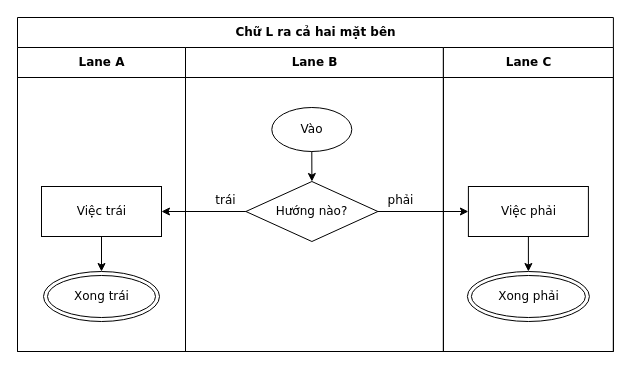
This is conformance/golden/cases/27-route-l-both-sides.drawio from luytbq/flowcast, a draw.io file, before an edit. Source tidied: cells renumbered, new cells numbered last; positions are measured from the earlier drawing's top-left corner, leaving out a move shared by most shapes. Both pictures are drawn from the tidied source at 100%, with x=0, y=0 at pixel (17, 17).
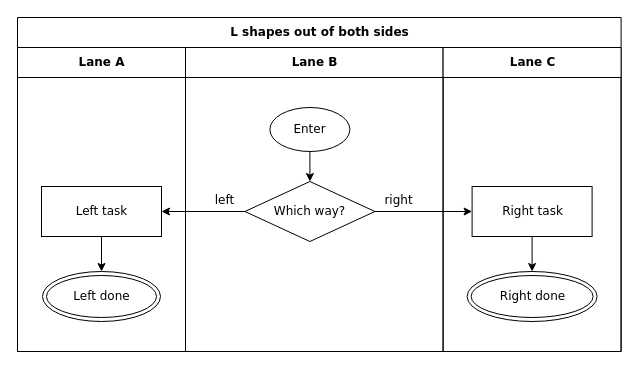
After the change.

Diff of the diagram source:
```diff
@@
 <mxGraphModel>
   <root>
     <mxCell id="0" />
     <mxCell id="1" parent="0" />
-    <mxCell id="2" value="Chữ L ra cả hai mặt bên" style="swimlane;html=1;startSize=30;fontStyle=1;fontFamily=Verdana;fontSize=12;flowtable=1;" parent="1" vertex="1">
-      <mxGeometry width="595.9" height="334" as="geometry" />
+    <mxCell id="2" value="L shapes out of both sides" style="swimlane;html=1;startSize=30;fontStyle=1;fontFamily=Verdana;fontSize=12;flowtable=1;" parent="1" vertex="1">
+      <mxGeometry width="603.6" height="334" as="geometry" />
     </mxCell>
     <mxCell id="3" value="Lane A" style="swimlane;html=1;startSize=30;fontFamily=Verdana;fontSize=12;flowtable=1;" parent="2" vertex="1">
       <mxGeometry y="30" width="168" height="304" as="geometry" />
     </mxCell>
     <mxCell id="4" value="Lane B" style="swimlane;html=1;startSize=30;fontFamily=Verdana;fontSize=12;flowtable=1;" parent="2" vertex="1">
-      <mxGeometry x="168" y="30" width="257.9" height="304" as="geometry" />
+      <mxGeometry x="168" y="30" width="257.6" height="304" as="geometry" />
     </mxCell>
     <mxCell id="5" value="Lane C" style="swimlane;html=1;startSize=30;fontFamily=Verdana;fontSize=12;flowtable=1;" parent="2" vertex="1">
-      <mxGeometry x="425.9" y="30" width="170" height="304" as="geometry" />
+      <mxGeometry x="425.6" y="30" width="178" height="304" as="geometry" />
     </mxCell>
-    <mxCell id="6" value="Vào" style="ellipse;html=1;fontFamily=Verdana;fontSize=12;flowtable=1;" parent="4" vertex="1">
-      <mxGeometry x="86.3" y="60" width="80" height="44" as="geometry" />
+    <mxCell id="6" value="Enter" style="ellipse;html=1;fontFamily=Verdana;fontSize=12;flowtable=1;" parent="4" vertex="1">
+      <mxGeometry x="84.4" y="60" width="80" height="44" as="geometry" />
     </mxCell>
-    <mxCell id="7" value="Hướng nào?" style="rhombus;html=1;fontFamily=Verdana;fontSize=12;flowtable=1;" parent="4" vertex="1">
-      <mxGeometry x="60.4" y="134" width="132" height="60" as="geometry" />
+    <mxCell id="7" value="Which way?" style="rhombus;html=1;fontFamily=Verdana;fontSize=12;flowtable=1;" parent="4" vertex="1">
+      <mxGeometry x="59.4" y="134" width="130" height="60" as="geometry" />
     </mxCell>
-    <mxCell id="8" value="Việc trái" style="rounded=0;html=1;fontFamily=Verdana;fontSize=12;flowtable=1;" parent="3" vertex="1">
+    <mxCell id="8" value="Left task" style="rounded=0;html=1;fontFamily=Verdana;fontSize=12;flowtable=1;" parent="3" vertex="1">
       <mxGeometry x="24" y="139" width="120" height="50" as="geometry" />
     </mxCell>
-    <mxCell id="9" value="Xong trái" style="shape=doubleEllipse;html=1;fontFamily=Verdana;fontSize=12;flowtable=1;" parent="3" vertex="1">
-      <mxGeometry x="26" y="224" width="116" height="50" as="geometry" />
+    <mxCell id="9" value="Left done" style="shape=doubleEllipse;html=1;fontFamily=Verdana;fontSize=12;flowtable=1;" parent="3" vertex="1">
+      <mxGeometry x="25" y="224" width="118" height="50" as="geometry" />
     </mxCell>
-    <mxCell id="10" value="Việc phải" style="rounded=0;html=1;fontFamily=Verdana;fontSize=12;flowtable=1;" parent="5" vertex="1">
-      <mxGeometry x="25" y="139" width="120" height="50" as="geometry" />
+    <mxCell id="10" value="Right task" style="rounded=0;html=1;fontFamily=Verdana;fontSize=12;flowtable=1;" parent="5" vertex="1">
+      <mxGeometry x="29" y="139" width="120" height="50" as="geometry" />
     </mxCell>
-    <mxCell id="11" value="Xong phải" style="shape=doubleEllipse;html=1;fontFamily=Verdana;fontSize=12;flowtable=1;" parent="5" vertex="1">
-      <mxGeometry x="24" y="224" width="122" height="50" as="geometry" />
+    <mxCell id="11" value="Right done" style="shape=doubleEllipse;html=1;fontFamily=Verdana;fontSize=12;flowtable=1;" parent="5" vertex="1">
+      <mxGeometry x="24" y="224" width="130" height="50" as="geometry" />
     </mxCell>
     <mxCell id="12" style="edgeStyle=orthogonalEdgeStyle;rounded=0;jettySize=auto;html=1;labelBackgroundColor=default;exitX=0.5;exitY=1;exitDx=0;exitDy=0;entryX=0.5;entryY=0;entryDx=0;entryDy=0;fontFamily=Verdana;fontSize=12;flowtable=1;" parent="2" edge="1" source="6" target="7">
       <mxGeometry relative="1" as="geometry" />
     </mxCell>
-    <mxCell id="13" value="trái" style="edgeStyle=orthogonalEdgeStyle;rounded=0;jettySize=auto;html=1;labelBackgroundColor=default;exitX=0;exitY=0.5;exitDx=0;exitDy=0;entryX=1;entryY=0.5;entryDx=0;entryDy=0;fontFamily=Verdana;fontSize=12;flowtable=1;" parent="2" edge="1" source="7" target="8">
-      <mxGeometry x="-0.52" relative="1" as="geometry">
+    <mxCell id="13" value="left" style="edgeStyle=orthogonalEdgeStyle;rounded=0;jettySize=auto;html=1;labelBackgroundColor=default;exitX=0;exitY=0.5;exitDx=0;exitDy=0;entryX=1;entryY=0.5;entryDx=0;entryDy=0;fontFamily=Verdana;fontSize=12;flowtable=1;" parent="2" edge="1" source="7" target="8">
+      <mxGeometry x="-0.53" relative="1" as="geometry">
         <mxPoint y="-11.5" as="offset" />
       </mxGeometry>
     </mxCell>
-    <mxCell id="14" value="phải" style="edgeStyle=orthogonalEdgeStyle;rounded=0;jettySize=auto;html=1;labelBackgroundColor=default;exitX=1;exitY=0.5;exitDx=0;exitDy=0;entryX=0;entryY=0.5;entryDx=0;entryDy=0;fontFamily=Verdana;fontSize=12;flowtable=1;" parent="2" edge="1" source="7" target="10">
+    <mxCell id="14" value="right" style="edgeStyle=orthogonalEdgeStyle;rounded=0;jettySize=auto;html=1;labelBackgroundColor=default;exitX=1;exitY=0.5;exitDx=0;exitDy=0;entryX=0;entryY=0.5;entryDx=0;entryDy=0;fontFamily=Verdana;fontSize=12;flowtable=1;" parent="2" edge="1" source="7" target="10">
       <mxGeometry x="-0.5" relative="1" as="geometry">
         <mxPoint y="-11.5" as="offset" />
       </mxGeometry>
     </mxCell>
     <mxCell id="15" style="edgeStyle=orthogonalEdgeStyle;rounded=0;jettySize=auto;html=1;labelBackgroundColor=default;exitX=0.5;exitY=1;exitDx=0;exitDy=0;entryX=0.5;entryY=0;entryDx=0;entryDy=0;fontFamily=Verdana;fontSize=12;flowtable=1;" parent="2" edge="1" source="8" target="9">
       <mxGeometry relative="1" as="geometry" />
     </mxCell>
     <mxCell id="16" style="edgeStyle=orthogonalEdgeStyle;rounded=0;jettySize=auto;html=1;labelBackgroundColor=default;exitX=0.5;exitY=1;exitDx=0;exitDy=0;entryX=0.5;entryY=0;entryDx=0;entryDy=0;fontFamily=Verdana;fontSize=12;flowtable=1;" parent="2" edge="1" source="10" target="11">
       <mxGeometry relative="1" as="geometry" />
     </mxCell>
   </root>
 </mxGraphModel>
```
